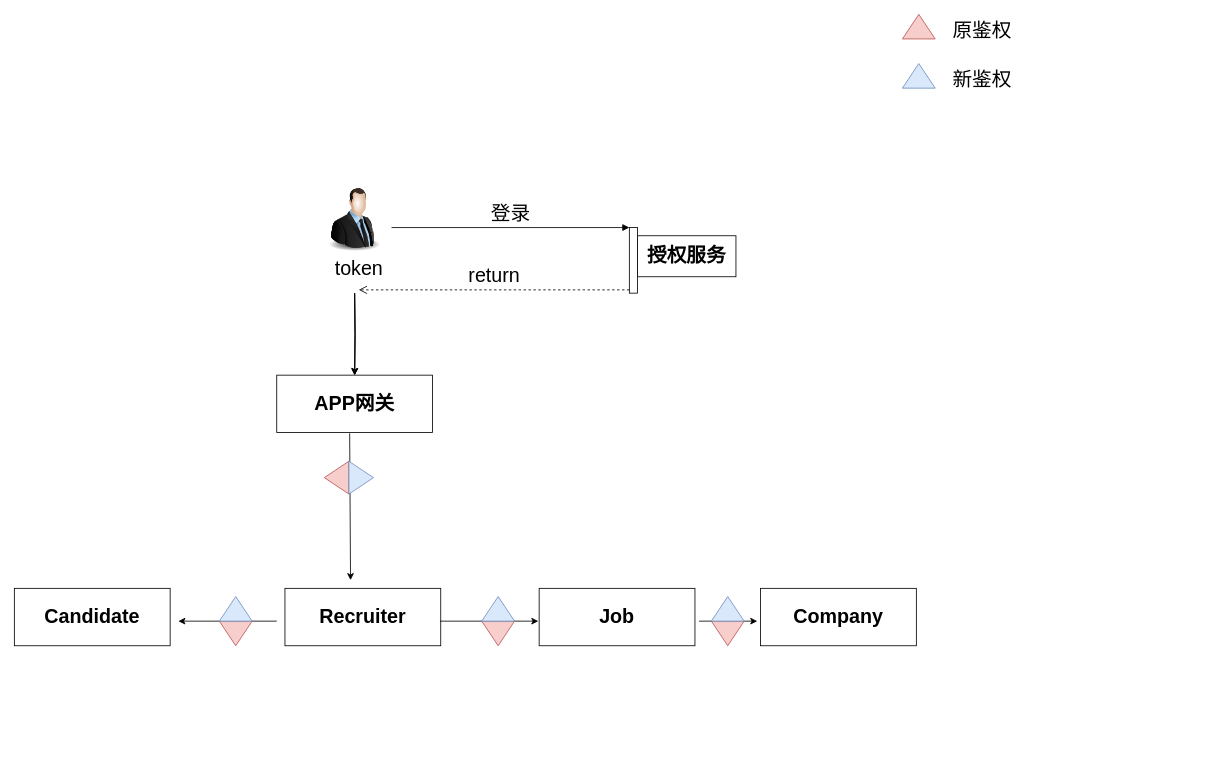
Above: 权限结构.drawio in ZhaoDaMing/note (draw.io), before the change. Source tidied: cells renumbered, new cells numbered last; positions are measured from the earlier drawing's top-left corner, leaving out a move shared by most shapes. Both pictures are drawn from the tidied source at 82%, with x=0, y=0 at pixel (14, 14).
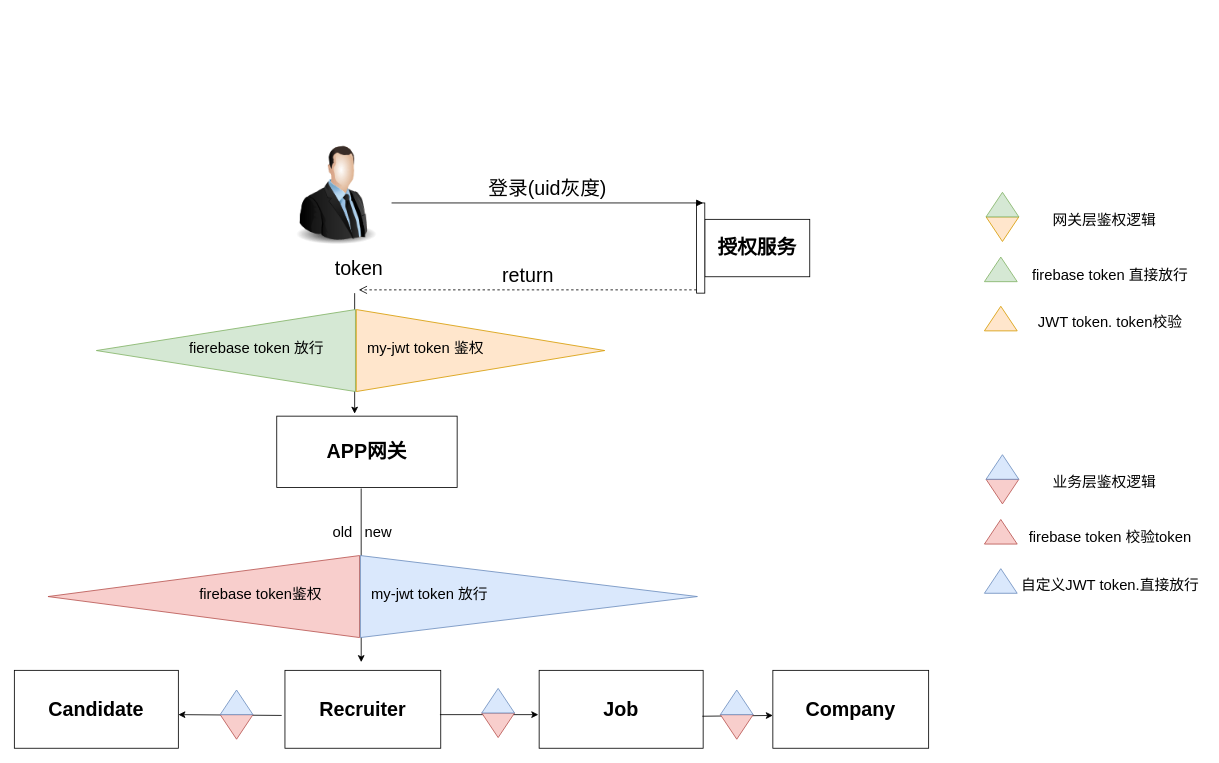
After the change.

The edit, as a diff of the source:
```diff
@@
     <mxCell id="2" value="&lt;font style=&quot;font-size: 24px&quot;&gt;&lt;b&gt;Candidate&lt;/b&gt;&lt;/font&gt;" style="rounded=0;whiteSpace=wrap;html=1;" parent="1" vertex="1">
-      <mxGeometry y="700" width="190" height="70" as="geometry" />
+      <mxGeometry y="800" width="200" height="95" as="geometry" />
     </mxCell>
-    <mxCell id="3" style="edgeStyle=orthogonalEdgeStyle;rounded=0;jettySize=auto;html=1;fontSize=24;" parent="1" edge="1" target="9">
-      <mxGeometry relative="1" as="geometry">
-        <mxPoint x="415" y="340" as="sourcePoint" />
-      </mxGeometry>
-    </mxCell>
-    <mxCell id="4" style="edgeStyle=orthogonalEdgeStyle;rounded=0;jettySize=auto;html=1;fontSize=24;" parent="1" edge="1" target="9">
-      <mxGeometry relative="1" as="geometry">
-        <mxPoint x="415" y="340" as="sourcePoint" />
-      </mxGeometry>
-    </mxCell>
-    <mxCell id="5" style="edgeStyle=orthogonalEdgeStyle;rounded=0;jettySize=auto;html=1;fontSize=24;" parent="1" edge="1" target="9">
+    <mxCell id="5" style="edgeStyle=orthogonalEdgeStyle;rounded=0;orthogonalLoop=1;jettySize=auto;html=1;fontSize=24;" parent="1" edge="1">
       <mxGeometry relative="1" as="geometry">
         <mxPoint x="415" y="340" as="sourcePoint" />
+        <mxPoint x="415" y="487" as="targetPoint" />
       </mxGeometry>
     </mxCell>
     <mxCell id="6" value="&lt;font style=&quot;font-size: 24px&quot;&gt;&lt;b&gt;Recruiter&lt;/b&gt;&lt;/font&gt;" style="rounded=0;whiteSpace=wrap;html=1;" parent="1" vertex="1">
-      <mxGeometry x="330" y="700" width="190" height="70" as="geometry" />
+      <mxGeometry x="330" y="800" width="190" height="95" as="geometry" />
     </mxCell>
     <mxCell id="7" value="&lt;font style=&quot;font-size: 24px&quot;&gt;&lt;b&gt;Job&lt;/b&gt;&lt;/font&gt;" style="rounded=0;whiteSpace=wrap;html=1;" parent="1" vertex="1">
-      <mxGeometry x="640" y="700" width="190" height="70" as="geometry" />
+      <mxGeometry x="640" y="800" width="200" height="95" as="geometry" />
     </mxCell>
     <mxCell id="8" value="&lt;font style=&quot;font-size: 24px&quot;&gt;&lt;b&gt;Company&lt;/b&gt;&lt;/font&gt;" style="rounded=0;whiteSpace=wrap;html=1;" parent="1" vertex="1">
-      <mxGeometry x="910" y="700" width="190" height="70" as="geometry" />
+      <mxGeometry x="925" y="800" width="190" height="95" as="geometry" />
     </mxCell>
     <mxCell id="9" value="&lt;span style=&quot;font-size: 24px&quot;&gt;&lt;b&gt;APP网关&lt;/b&gt;&lt;/span&gt;" style="rounded=0;whiteSpace=wrap;html=1;" parent="1" vertex="1">
-      <mxGeometry x="320" y="440" width="190" height="70" as="geometry" />
+      <mxGeometry x="320" y="490" width="220" height="87" as="geometry" />
     </mxCell>
     <mxCell id="10" style="endArrow=classic;html=1;rounded=0;fontSize=24;exitX=0.468;exitY=1.014;exitDx=0;exitDy=0;exitPerimeter=0;" parent="1" edge="1" source="9">
       <mxGeometry relative="1" as="geometry">
-        <mxPoint x="410" y="690" as="targetPoint" />
+        <mxPoint x="423" y="790" as="targetPoint" />
       </mxGeometry>
     </mxCell>
-    <mxCell id="11" style="endArrow=classic;html=1;rounded=0;fontSize=24;" parent="1" edge="1">
+    <mxCell id="11" style="endArrow=classic;html=1;rounded=0;fontSize=24;exitX=-0.021;exitY=0.579;exitDx=0;exitDy=0;exitPerimeter=0;" parent="1" edge="1" source="6">
       <mxGeometry relative="1" as="geometry">
-        <mxPoint x="320" y="740" as="sourcePoint" />
-        <mxPoint x="200" y="740" as="targetPoint" />
+        <mxPoint x="200" y="854" as="targetPoint" />
       </mxGeometry>
     </mxCell>
     <mxCell id="12" style="endArrow=classic;html=1;rounded=0;fontSize=24;" parent="1" edge="1">
       <mxGeometry relative="1" as="geometry">
-        <mxPoint x="519" y="740" as="sourcePoint" />
-        <mxPoint x="639" y="740" as="targetPoint" />
+        <mxPoint x="519" y="854" as="sourcePoint" />
+        <mxPoint x="639" y="854" as="targetPoint" />
       </mxGeometry>
     </mxCell>
-    <mxCell id="13" style="endArrow=classic;html=1;rounded=0;fontSize=24;" parent="1" edge="1">
-      <mxGeometry relative="1" as="geometry">
-        <mxPoint x="835" y="740" as="sourcePoint" />
-        <mxPoint x="906" y="740" as="targetPoint" />
-      </mxGeometry>
+    <mxCell id="13" style="endArrow=classic;html=1;rounded=0;fontSize=24;entryX=0;entryY=0.579;entryDx=0;entryDy=0;entryPerimeter=0;exitX=0.995;exitY=0.589;exitDx=0;exitDy=0;exitPerimeter=0;" parent="1" edge="1" source="7" target="8">
+      <mxGeometry relative="1" as="geometry" />
     </mxCell>
     <mxCell id="14" style="triangle;whiteSpace=wrap;html=1;fontSize=24;direction=west;fillColor=#f8cecc;strokeColor=#b85450;" parent="1" vertex="1">
-      <mxGeometry x="378" y="545" width="30" height="40" as="geometry" />
+      <mxGeometry x="41" y="660" width="380" height="100" as="geometry" />
     </mxCell>
     <mxCell id="15" style="triangle;whiteSpace=wrap;html=1;fontSize=24;direction=east;fillColor=#dae8fc;strokeColor=#6c8ebf;" parent="1" vertex="1">
-      <mxGeometry x="408" y="545" width="30" height="40" as="geometry" />
+      <mxGeometry x="422" y="660" width="411" height="100" as="geometry" />
     </mxCell>
     <mxCell id="16" style="triangle;whiteSpace=wrap;html=1;fontSize=24;direction=south;fillColor=#f8cecc;strokeColor=#b85450;" parent="1" vertex="1">
-      <mxGeometry x="250" y="740" width="40" height="30" as="geometry" />
+      <mxGeometry x="251" y="854" width="40" height="30" as="geometry" />
     </mxCell>
     <mxCell id="17" style="triangle;whiteSpace=wrap;html=1;fontSize=24;direction=north;fillColor=#dae8fc;strokeColor=#6c8ebf;" parent="1" vertex="1">
-      <mxGeometry x="250" y="710" width="40" height="30" as="geometry" />
+      <mxGeometry x="251" y="824" width="40" height="30" as="geometry" />
     </mxCell>
     <mxCell id="18" style="triangle;whiteSpace=wrap;html=1;fontSize=24;direction=south;fillColor=#f8cecc;strokeColor=#b85450;" parent="1" vertex="1">
-      <mxGeometry x="570" y="740" width="40" height="30" as="geometry" />
+      <mxGeometry x="570" y="852" width="40" height="30" as="geometry" />
     </mxCell>
     <mxCell id="19" style="triangle;whiteSpace=wrap;html=1;fontSize=24;direction=north;fillColor=#dae8fc;strokeColor=#6c8ebf;" parent="1" vertex="1">
-      <mxGeometry x="570" y="710" width="40" height="30" as="geometry" />
+      <mxGeometry x="570" y="822" width="40" height="30" as="geometry" />
     </mxCell>
     <mxCell id="20" style="triangle;whiteSpace=wrap;html=1;fontSize=24;direction=south;fillColor=#f8cecc;strokeColor=#b85450;" parent="1" vertex="1">
-      <mxGeometry x="850" y="740" width="40" height="30" as="geometry" />
+      <mxGeometry x="861" y="854" width="40" height="30" as="geometry" />
     </mxCell>
     <mxCell id="21" style="triangle;whiteSpace=wrap;html=1;fontSize=24;direction=north;fillColor=#dae8fc;strokeColor=#6c8ebf;" parent="1" vertex="1">
-      <mxGeometry x="850" y="710" width="40" height="30" as="geometry" />
+      <mxGeometry x="861" y="824" width="40" height="30" as="geometry" />
     </mxCell>
     <mxCell id="22" value="&lt;span style=&quot;font-size: 24px&quot;&gt;&lt;b&gt;授权服务&lt;/b&gt;&lt;/span&gt;" style="rounded=0;whiteSpace=wrap;html=1;" parent="1" vertex="1">
-      <mxGeometry x="760" y="270" width="120" height="50" as="geometry" />
+      <mxGeometry x="842" y="250" width="128" height="70" as="geometry" />
     </mxCell>
     <mxCell id="23" style="image;html=1;image=img/lib/clip_art/people/Suit_Man_128x128.png;fontSize=24;" parent="1" vertex="1">
-      <mxGeometry x="375" y="210" width="80" height="80" as="geometry" />
+      <mxGeometry x="330" y="150" width="125" height="140" as="geometry" />
     </mxCell>
     <mxCell id="24" style="html=1;points=[];perimeter=orthogonalPerimeter;fontSize=24;" parent="1" vertex="1">
-      <mxGeometry x="750" y="260" width="10" height="80" as="geometry" />
+      <mxGeometry x="832" y="230" width="10" height="110" as="geometry" />
     </mxCell>
-    <mxCell id="25" value="登录" style="html=1;verticalAlign=bottom;endArrow=block;entryX=0;entryY=0;rounded=0;fontSize=24;" parent="1" edge="1" target="24">
+    <mxCell id="25" value="登录(uid灰度)" style="html=1;verticalAlign=bottom;endArrow=block;rounded=0;fontSize=24;" parent="1" edge="1">
       <mxGeometry relative="1" as="geometry">
-        <mxPoint x="460" y="260" as="sourcePoint" />
+        <mxPoint x="460" y="230" as="sourcePoint" />
+        <mxPoint x="840" y="230" as="targetPoint" />
       </mxGeometry>
     </mxCell>
@@
     <mxCell id="28" style="triangle;whiteSpace=wrap;html=1;fontSize=24;direction=north;fillColor=#f8cecc;strokeColor=#b85450;" parent="1" vertex="1">
-      <mxGeometry x="1083" width="40" height="30" as="geometry" />
+      <mxGeometry x="1183" y="616" width="40" height="30" as="geometry" />
     </mxCell>
     <mxCell id="29" style="triangle;whiteSpace=wrap;html=1;fontSize=24;direction=north;fillColor=#dae8fc;strokeColor=#6c8ebf;" parent="1" vertex="1">
-      <mxGeometry x="1083" y="60" width="40" height="30" as="geometry" />
+      <mxGeometry x="1183" y="676" width="40" height="30" as="geometry" />
     </mxCell>
-    <mxCell id="30" value="原鉴权" style="text;html=1;align=center;verticalAlign=middle;strokeColor=none;fillColor=none;fontSize=24;" parent="1" vertex="1">
-      <mxGeometry x="1135" y="5" width="90" height="30" as="geometry" />
+    <mxCell id="30" value="&lt;span style=&quot;font-size: 18px&quot;&gt;firebase token 校验token&lt;/span&gt;" style="text;html=1;align=center;verticalAlign=middle;strokeColor=none;fillColor=none;fontSize=24;" parent="1" vertex="1">
+      <mxGeometry x="1231" y="616" width="210" height="40" as="geometry" />
     </mxCell>
-    <mxCell id="31" value="新鉴权" style="text;html=1;align=center;verticalAlign=middle;strokeColor=none;fillColor=none;fontSize=24;" parent="1" vertex="1">
-      <mxGeometry x="1135" y="65" width="90" height="30" as="geometry" />
+    <mxCell id="31" value="&lt;span style=&quot;font-size: 18px&quot;&gt;自定义JWT token.直接放行&lt;/span&gt;" style="text;html=1;align=center;verticalAlign=middle;strokeColor=none;fillColor=none;fontSize=24;" parent="1" vertex="1">
+      <mxGeometry x="1221" y="674" width="230" height="40" as="geometry" />
     </mxCell>
+    <mxCell id="32" value="&lt;font style=&quot;font-size: 18px&quot;&gt;firebase token鉴权&lt;/font&gt;" style="text;html=1;align=center;verticalAlign=middle;strokeColor=none;fillColor=none;" parent="1" vertex="1">
+      <mxGeometry x="220" y="698" width="160" height="20" as="geometry" />
+    </mxCell>
+    <mxCell id="33" value="old&amp;nbsp; &amp;nbsp;new" style="text;html=1;align=center;verticalAlign=middle;strokeColor=none;fillColor=none;fontSize=18;" parent="1" vertex="1">
+      <mxGeometry x="379" y="617" width="90" height="30" as="geometry" />
+    </mxCell>
+    <mxCell id="34" value="&lt;font style=&quot;font-size: 18px&quot;&gt;my-jwt token 放行&lt;/font&gt;" style="text;html=1;align=center;verticalAlign=middle;strokeColor=none;fillColor=none;" parent="1" vertex="1">
+      <mxGeometry x="426" y="698" width="160" height="20" as="geometry" />
+    </mxCell>
+    <mxCell id="35" style="triangle;whiteSpace=wrap;html=1;fontSize=24;direction=south;fillColor=#f8cecc;strokeColor=#b85450;" parent="1" vertex="1">
+      <mxGeometry x="1185" y="567" width="40" height="30" as="geometry" />
+    </mxCell>
+    <mxCell id="36" style="triangle;whiteSpace=wrap;html=1;fontSize=24;direction=north;fillColor=#dae8fc;strokeColor=#6c8ebf;" parent="1" vertex="1">
+      <mxGeometry x="1185" y="537" width="40" height="30" as="geometry" />
+    </mxCell>
+    <mxCell id="37" value="&lt;font style=&quot;font-size: 18px&quot;&gt;业务层鉴权逻辑&lt;/font&gt;" style="text;html=1;align=center;verticalAlign=middle;strokeColor=none;fillColor=none;fontSize=24;" parent="1" vertex="1">
+      <mxGeometry x="1259" y="549" width="140" height="40" as="geometry" />
+    </mxCell>
+    <mxCell id="38" style="triangle;whiteSpace=wrap;html=1;fontSize=24;direction=north;fillColor=#d5e8d4;strokeColor=#82b366;" parent="1" vertex="1">
+      <mxGeometry x="1183" y="296" width="40" height="30" as="geometry" />
+    </mxCell>
+    <mxCell id="39" style="triangle;whiteSpace=wrap;html=1;fontSize=24;direction=north;fillColor=#ffe6cc;strokeColor=#d79b00;" parent="1" vertex="1">
+      <mxGeometry x="1183" y="356" width="40" height="30" as="geometry" />
+    </mxCell>
+    <mxCell id="40" value="&lt;span style=&quot;font-size: 18px&quot;&gt;firebase token 直接放行&lt;/span&gt;" style="text;html=1;align=center;verticalAlign=middle;strokeColor=none;fillColor=none;fontSize=24;" parent="1" vertex="1">
+      <mxGeometry x="1231" y="296" width="210" height="40" as="geometry" />
+    </mxCell>
+    <mxCell id="41" value="&lt;span style=&quot;font-size: 18px&quot;&gt;JWT token. token校验&lt;/span&gt;" style="text;html=1;align=center;verticalAlign=middle;strokeColor=none;fillColor=none;fontSize=24;" parent="1" vertex="1">
+      <mxGeometry x="1241" y="354" width="190" height="40" as="geometry" />
+    </mxCell>
+    <mxCell id="42" style="triangle;whiteSpace=wrap;html=1;fontSize=24;direction=south;fillColor=#ffe6cc;strokeColor=#d79b00;" parent="1" vertex="1">
+      <mxGeometry x="1185" y="247" width="40" height="30" as="geometry" />
+    </mxCell>
+    <mxCell id="43" style="triangle;whiteSpace=wrap;html=1;fontSize=24;direction=north;fillColor=#d5e8d4;strokeColor=#82b366;" parent="1" vertex="1">
+      <mxGeometry x="1185" y="217" width="40" height="30" as="geometry" />
+    </mxCell>
+    <mxCell id="44" value="&lt;font style=&quot;font-size: 18px&quot;&gt;网关层鉴权逻辑&lt;/font&gt;" style="text;html=1;align=center;verticalAlign=middle;strokeColor=none;fillColor=none;fontSize=24;" parent="1" vertex="1">
+      <mxGeometry x="1259" y="229" width="140" height="40" as="geometry" />
+    </mxCell>
+    <mxCell id="45" style="triangle;whiteSpace=wrap;html=1;fontSize=24;direction=west;fillColor=#d5e8d4;strokeColor=#82b366;" parent="1" vertex="1">
+      <mxGeometry x="100" y="360" width="316" height="100" as="geometry" />
+    </mxCell>
+    <mxCell id="46" style="triangle;whiteSpace=wrap;html=1;fontSize=24;direction=east;fillColor=#ffe6cc;strokeColor=#d79b00;" parent="1" vertex="1">
+      <mxGeometry x="417" y="360" width="303" height="100" as="geometry" />
+    </mxCell>
+    <mxCell id="47" value="&lt;span style=&quot;font-size: 18px&quot;&gt;fierebase token 放行&lt;/span&gt;" style="text;html=1;align=center;verticalAlign=middle;strokeColor=none;fillColor=none;" parent="1" vertex="1">
+      <mxGeometry x="205" y="398" width="180" height="20" as="geometry" />
+    </mxCell>
+    <mxCell id="48" value="&lt;span style=&quot;font-size: 18px&quot;&gt;my-jwt token 鉴权&lt;/span&gt;" style="text;html=1;align=center;verticalAlign=middle;strokeColor=none;fillColor=none;" parent="1" vertex="1">
+      <mxGeometry x="421" y="398" width="160" height="20" as="geometry" />
+    </mxCell>
```
